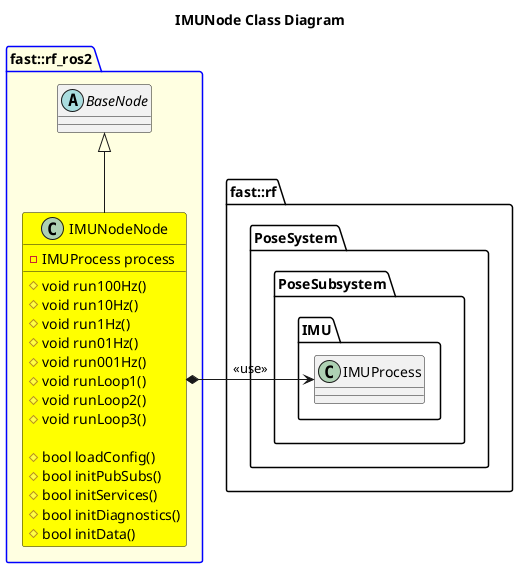
Earlier version of the PlantUML export Systems/Pose/Subsystems/InertialSensor/Nodes/IMUNode/doc/puml/IMUNodeClassDiagram.png (fastrobotics/robot_framework_ros2).
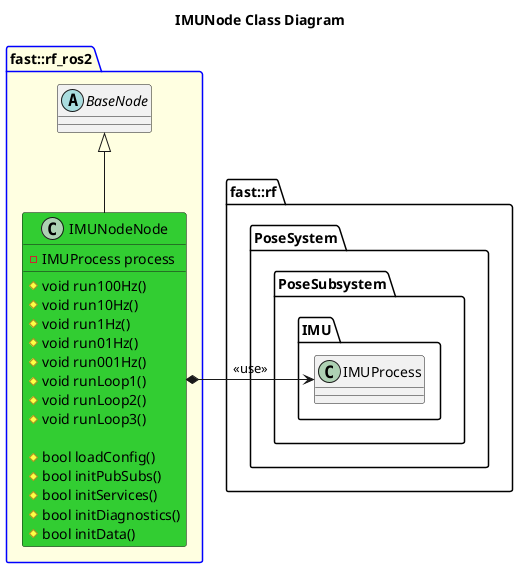
Above is the later version.

The edit, as a diff of the source:
```diff
@@ -13,7 +13,7 @@
     abstract BaseNode {
 
     }
-    class IMUNodeNode #Yellow {
+    class IMUNodeNode #LimeGreen {
         #void run100Hz()
         #void run10Hz()
         #void run1Hz()
```
